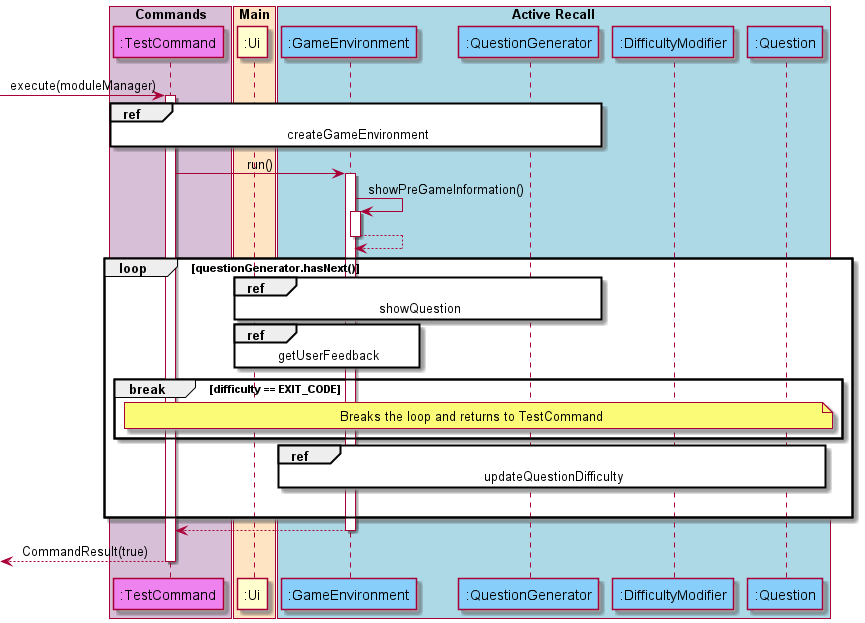
Before: docs/attachments/ActiveRecallSequenceDiagram.png, a diagram exported from PlantUML (nus-cs2113-AY2122S1/tp).
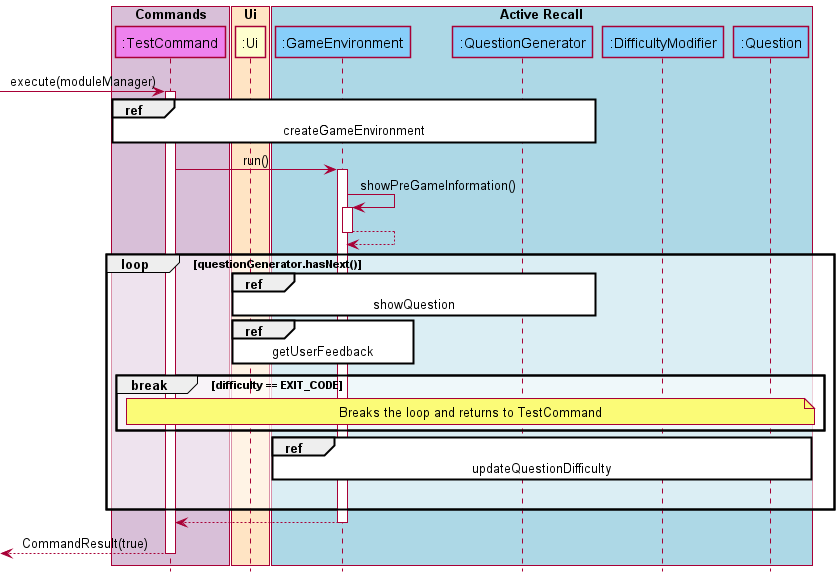
After the commit.

Diff of the diagram source:
```diff
@@ -1,11 +1,11 @@
 @startuml
 
-skinparam sequenceMessageAlign center
+!include SequenceStyle.puml
 
 box "Commands" #thistle
 participant ":TestCommand" as TestCommand #violet
 endbox
-box "Main" #bisque
+box "Ui" #bisque
 participant ":Ui" as Ui
 endbox
 box "Active Recall" #lightblue
```
